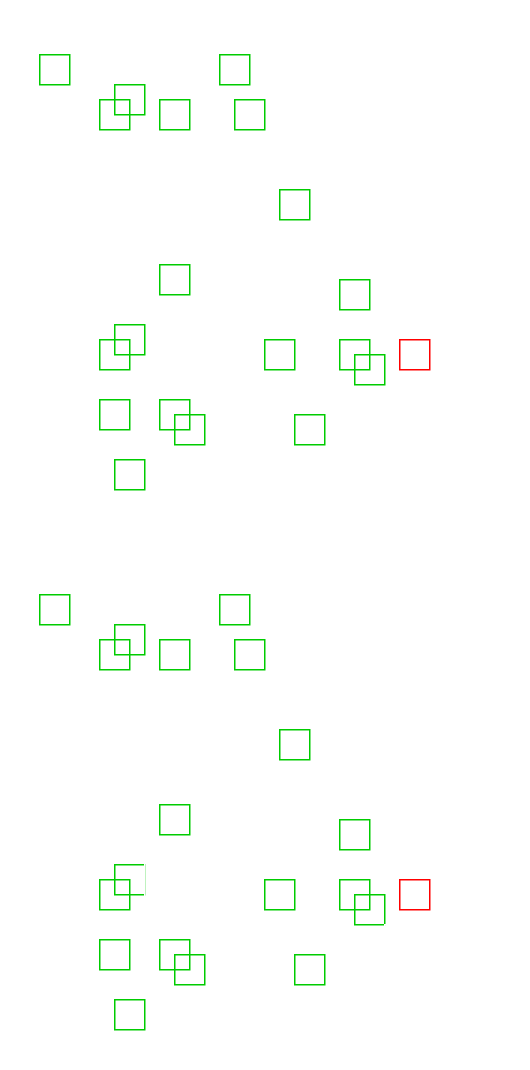
Before: page "Page-3" (3 of 4) of file/Algorithm/Octree.drawio in FallingXun/FallingXun.github.io, a draw.io diagram. Source tidied: cells renumbered, new cells numbered last; positions are measured from the earlier drawing's top-left corner, leaving out a move shared by most shapes. Both pictures are drawn from the tidied source at 150%, with x=0, y=0 at pixel (24, 24).
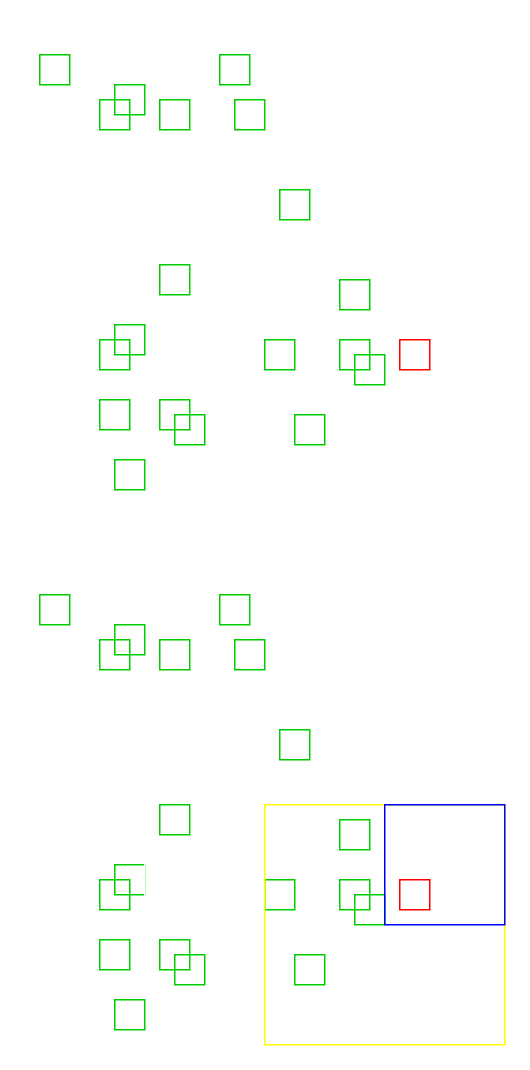
The same diagram, later.

The edit, as a diff of the source:
```diff
@@
+    <mxCell id="64" style="whiteSpace=wrap;html=1;labelBackgroundColor=#FF0000;strokeColor=#FFFF00;fontSize=24;fontColor=#FFFFFF;fillColor=none;" parent="1" vertex="1">
+      <mxGeometry x="160" y="520" width="160" height="160" as="geometry" />
+    </mxCell>
+    <mxCell id="65" style="whiteSpace=wrap;html=1;labelBackgroundColor=#FF0000;strokeColor=#0000FF;fontSize=24;fontColor=#FFFFFF;fillColor=none;" parent="1" vertex="1">
+      <mxGeometry x="240" y="520" width="80" height="80" as="geometry" />
+    </mxCell>
```
